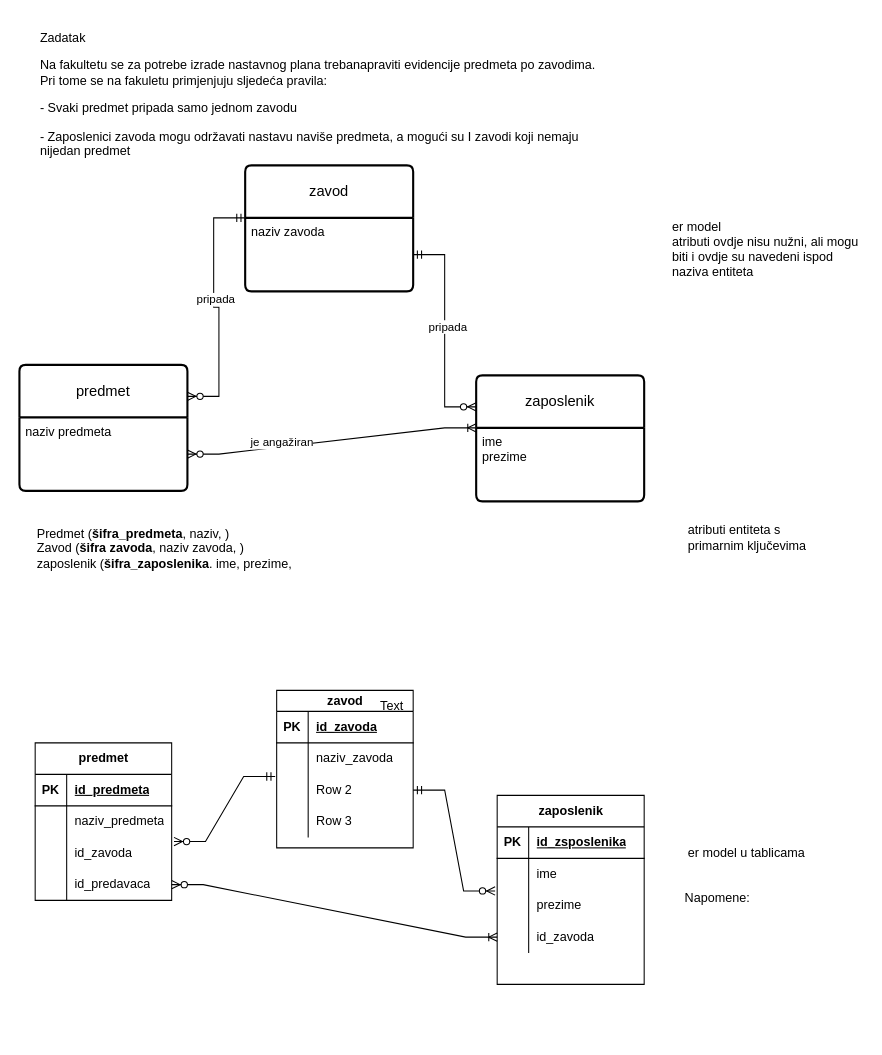
This is fakultet-3nf.drawio from RankoSimic/baze_podataka, a draw.io file, before an edit. Source tidied: cells renumbered, new cells numbered last; positions are measured from the earlier drawing's top-left corner, leaving out a move shared by most shapes. Both pictures are drawn from the tidied source at 105%, with x=0, y=0 at pixel (19, 28).
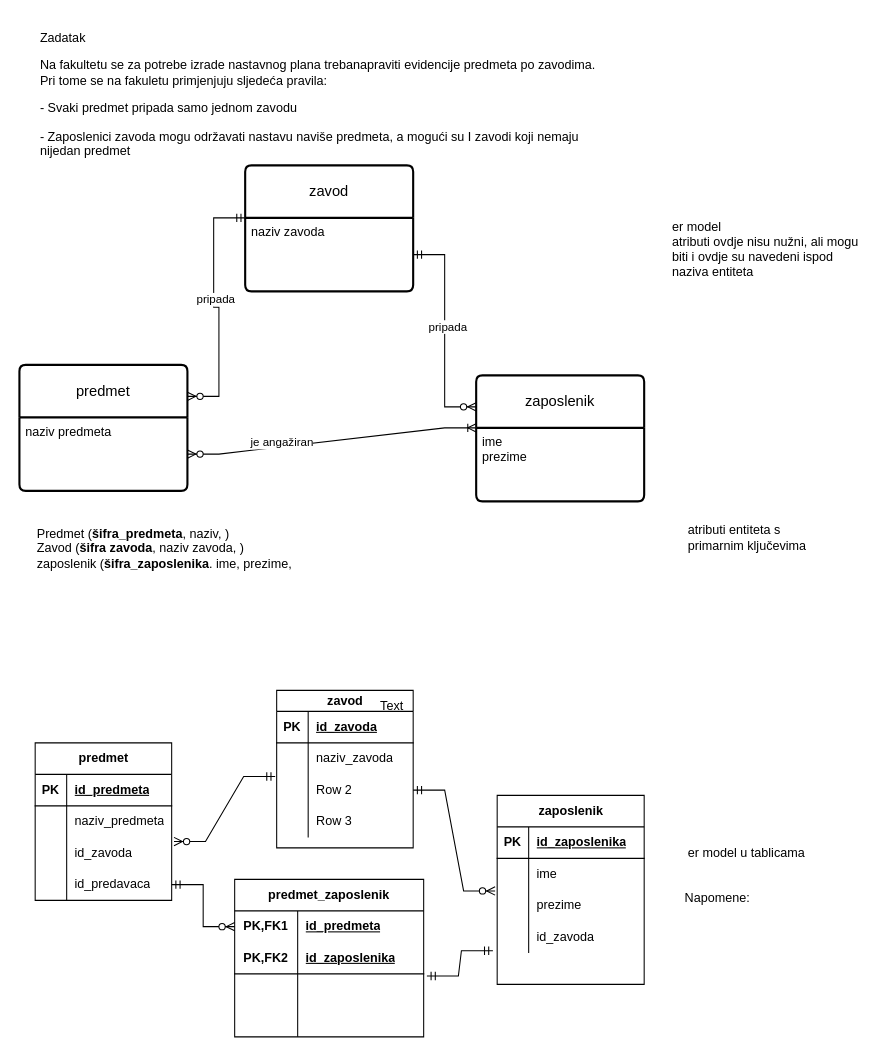
The same diagram, later.

Unchanged cells that the change refers to:
```xml
<mxCell id="26" style="shape=tableRow;horizontal=0;startSize=0;swimlaneHead=0;swimlaneBody=0;fillColor=none;points=[[0,0.5],[1,0.5]];portConstraint=eastwest;top=0;left=0;right=0;bottom=0;" parent="16" vertex="1">
  <mxGeometry y="120" width="130" height="30" as="geometry" />
</mxCell>
<mxCell id="31" style="shape=tableRow;horizontal=0;startSize=0;swimlaneHead=0;swimlaneBody=0;fillColor=none;top=0;left=0;right=0;bottom=1;" parent="30" vertex="1">
  <mxGeometry y="30" width="140" height="30" as="geometry" />
</mxCell>
<mxCell id="40" style="shape=tableRow;horizontal=0;startSize=0;swimlaneHead=0;swimlaneBody=0;fillColor=none;points=[[0,0.5],[1,0.5]];portConstraint=eastwest;top=0;left=0;right=0;bottom=0;" parent="30" vertex="1">
  <mxGeometry y="120" width="140" height="30" as="geometry" />
</mxCell>
```

Change to the diagram source:
```diff
@@
-    <mxCell id="33" value="id_zsposlenika" style="shape=partialRectangle;fillColor=none;top=0;left=0;bottom=0;right=0;align=left;spacingLeft=6;fontStyle=5;overflow=hidden;whiteSpace=wrap;html=1;" parent="31" vertex="1">
+    <mxCell id="33" value="id_zaposlenika" style="shape=partialRectangle;fillColor=none;top=0;left=0;bottom=0;right=0;align=left;spacingLeft=6;fontStyle=5;overflow=hidden;whiteSpace=wrap;html=1;" parent="31" vertex="1">
       <mxGeometry x="30" width="110" height="30" as="geometry" />
     </mxCell>
@@
-    <mxCell id="44" style="edgeStyle=entityRelationEdgeStyle;fontSize=12;html=1;endArrow=ERoneToMany;startArrow=ERzeroToMany;rounded=0;entryX=0;entryY=0.5;entryDx=0;entryDy=0;" parent="1" edge="1" source="26" target="40">
-      <mxGeometry relative="1" as="geometry" />
-    </mxCell>
@@
+    <mxCell id="63" value="predmet_zaposlenik" style="shape=table;startSize=30;childLayout=tableLayout;rowLines=0;fontStyle=1;align=center;html=1;whiteSpace=wrap;" parent="1" vertex="1">
+      <mxGeometry x="205" y="810" width="180" height="150" as="geometry" />
+    </mxCell>
+    <mxCell id="64" style="shape=tableRow;horizontal=0;startSize=0;swimlaneHead=0;swimlaneBody=0;fillColor=none;points=[[0,0.5],[1,0.5]];portConstraint=eastwest;top=0;left=0;right=0;bottom=0;html=1;" parent="63" vertex="1">
+      <mxGeometry y="30" width="180" height="30" as="geometry" />
+    </mxCell>
+    <mxCell id="65" value="PK,FK1" style="shape=partialRectangle;fillColor=none;top=0;left=0;bottom=0;right=0;fontStyle=1;overflow=hidden;html=1;whiteSpace=wrap;" parent="64" vertex="1">
+      <mxGeometry width="60" height="30" as="geometry" />
+    </mxCell>
+    <mxCell id="66" value="id_predmeta" style="shape=partialRectangle;fillColor=none;top=0;left=0;bottom=0;right=0;align=left;spacingLeft=6;fontStyle=5;overflow=hidden;html=1;whiteSpace=wrap;" parent="64" vertex="1">
+      <mxGeometry x="60" width="120" height="30" as="geometry" />
+    </mxCell>
+    <mxCell id="67" style="shape=tableRow;horizontal=0;startSize=0;swimlaneHead=0;swimlaneBody=0;fillColor=none;top=0;left=0;right=0;bottom=1;html=1;" parent="63" vertex="1">
+      <mxGeometry y="60" width="180" height="30" as="geometry" />
+    </mxCell>
+    <mxCell id="68" value="PK,FK2" style="shape=partialRectangle;fillColor=none;top=0;left=0;bottom=0;right=0;fontStyle=1;overflow=hidden;html=1;whiteSpace=wrap;" parent="67" vertex="1">
+      <mxGeometry width="60" height="30" as="geometry" />
+    </mxCell>
+    <mxCell id="69" value="id_zaposlenika" style="shape=partialRectangle;fillColor=none;top=0;left=0;bottom=0;right=0;align=left;spacingLeft=6;fontStyle=5;overflow=hidden;html=1;whiteSpace=wrap;" parent="67" vertex="1">
+      <mxGeometry x="60" width="120" height="30" as="geometry" />
+    </mxCell>
+    <mxCell id="70" style="shape=tableRow;horizontal=0;startSize=0;swimlaneHead=0;swimlaneBody=0;fillColor=none;points=[[0,0.5],[1,0.5]];portConstraint=eastwest;top=0;left=0;right=0;bottom=0;html=1;" parent="63" vertex="1">
+      <mxGeometry y="90" width="180" height="30" as="geometry" />
+    </mxCell>
+    <mxCell id="71" style="shape=partialRectangle;fillColor=none;top=0;left=0;bottom=0;right=0;overflow=hidden;html=1;whiteSpace=wrap;" parent="70" vertex="1">
+      <mxGeometry width="60" height="30" as="geometry" />
+    </mxCell>
+    <mxCell id="72" style="shape=partialRectangle;fillColor=none;top=0;left=0;bottom=0;right=0;align=left;spacingLeft=6;overflow=hidden;html=1;whiteSpace=wrap;" parent="70" vertex="1">
+      <mxGeometry x="60" width="120" height="30" as="geometry" />
+    </mxCell>
+    <mxCell id="73" style="shape=tableRow;horizontal=0;startSize=0;swimlaneHead=0;swimlaneBody=0;fillColor=none;top=0;left=0;right=0;bottom=0;html=1;" parent="63" vertex="1">
+      <mxGeometry y="120" width="180" height="30" as="geometry" />
+    </mxCell>
+    <mxCell id="74" style="shape=partialRectangle;fillColor=none;top=0;left=0;bottom=0;right=0;overflow=hidden;html=1;whiteSpace=wrap;" parent="73" vertex="1">
+      <mxGeometry width="60" height="30" as="geometry" />
+    </mxCell>
+    <mxCell id="75" style="shape=partialRectangle;fillColor=none;top=0;left=0;bottom=0;right=0;align=left;spacingLeft=6;overflow=hidden;html=1;whiteSpace=wrap;" parent="73" vertex="1">
+      <mxGeometry x="60" width="120" height="30" as="geometry" />
+    </mxCell>
+    <mxCell id="76" style="edgeStyle=entityRelationEdgeStyle;fontSize=12;html=1;endArrow=ERzeroToMany;startArrow=ERmandOne;rounded=0;exitX=1;exitY=0.5;exitDx=0;exitDy=0;entryX=0;entryY=0.5;entryDx=0;entryDy=0;" parent="1" edge="1" source="26" target="64">
+      <mxGeometry relative="1" as="geometry" />
+    </mxCell>
+    <mxCell id="77" style="edgeStyle=entityRelationEdgeStyle;fontSize=12;html=1;endArrow=ERmandOne;startArrow=ERmandOne;rounded=0;exitX=1.017;exitY=0.067;exitDx=0;exitDy=0;exitPerimeter=0;entryX=-0.029;entryY=0.933;entryDx=0;entryDy=0;entryPerimeter=0;" parent="1" edge="1" source="70" target="40">
+      <mxGeometry relative="1" as="geometry" />
+    </mxCell>
```
